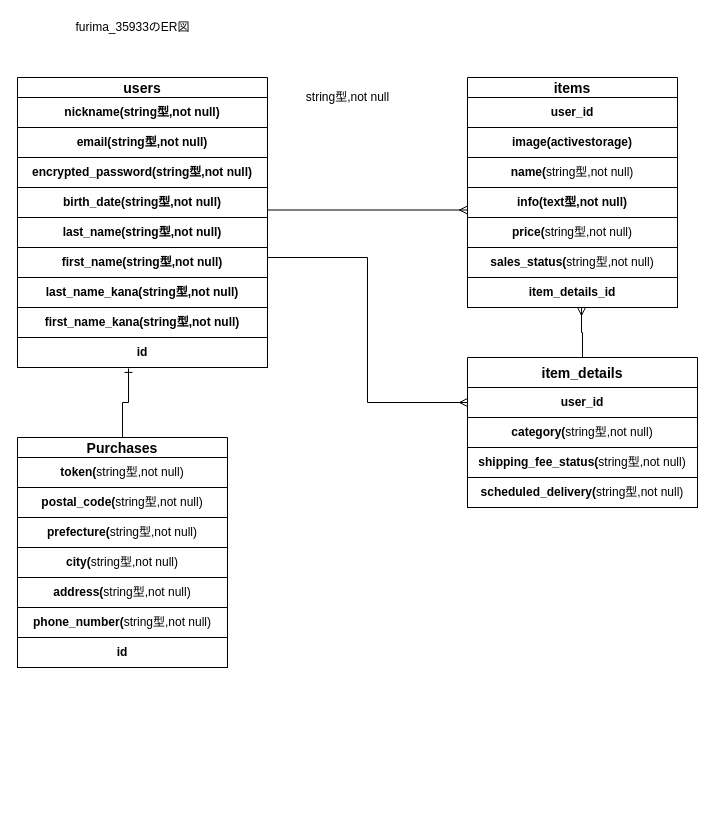
Before: test.dio in tubuyakisyun/furima-35933, a draw.io diagram. Source tidied: cells renumbered, new cells numbered last; positions are measured from the earlier drawing's top-left corner, leaving out a move shared by most shapes. Both pictures are drawn from the tidied source at 100%, with x=0, y=0 at pixel (17, 17).
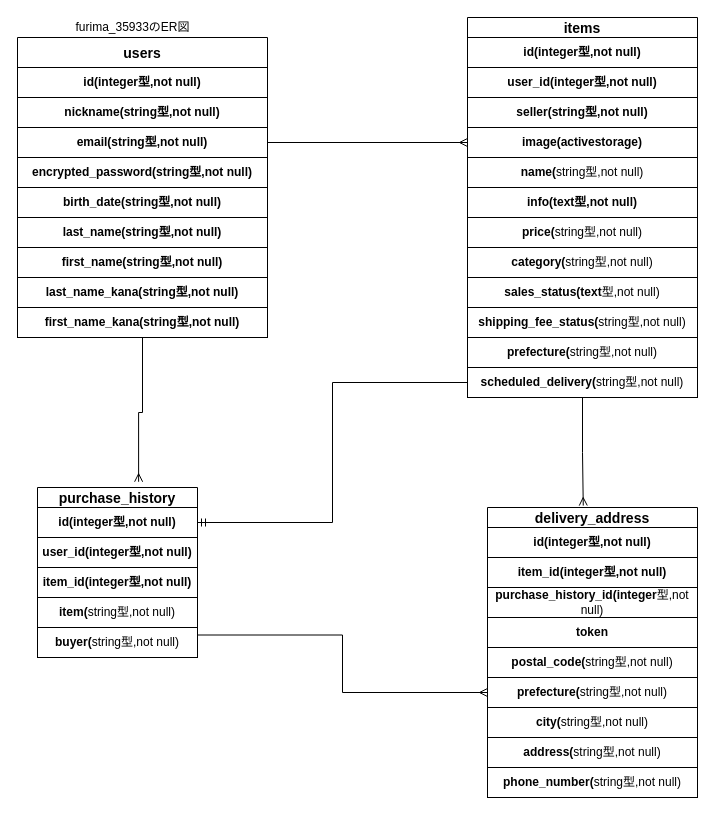
The same page after the edit.

Commit message (it also covers changes not shown here):
ER図を書く。 - READMEにデータベース設計を記述する

Unchanged cells that the change refers to:
```xml
<mxCell id="10" value="first_name_kana(&lt;span style=&quot;&quot;&gt;string型,not null)&lt;/span&gt;" style="whiteSpace=wrap;html=1;rounded=0;shadow=0;align=center;fontStyle=1;" parent="1" vertex="1">
  <mxGeometry y="290" width="250" height="30" as="geometry" />
</mxCell>
<mxCell id="12" value="last_name_kana(&lt;span style=&quot;&quot;&gt;string型,not null)&lt;/span&gt;" style="whiteSpace=wrap;html=1;rounded=0;shadow=0;align=center;fontStyle=1;" parent="1" vertex="1">
  <mxGeometry y="260" width="250" height="30" as="geometry" />
</mxCell>
```

What changed in the source:
```diff
@@
-    <mxCell id="2" value="users" style="swimlane;fontStyle=1;horizontal=1;startSize=20;align=center;fontSize=14;rounded=0;direction=east;" parent="1" vertex="1">
-      <mxGeometry y="60" width="250" height="200" as="geometry" />
+    <mxCell id="2" value="users" style="swimlane;fontStyle=1;horizontal=1;startSize=30;align=center;fontSize=14;rounded=0;direction=east;" parent="1" vertex="1">
+      <mxGeometry y="20" width="250" height="60" as="geometry" />
     </mxCell>
-    <mxCell id="3" value="nickname(string型,not null)" style="whiteSpace=wrap;html=1;rounded=0;shadow=0;align=center;fontStyle=1;" parent="2" vertex="1">
-      <mxGeometry y="20" width="250" height="30" as="geometry" />
-    </mxCell>
-    <mxCell id="4" value="email(string型,not null)" style="whiteSpace=wrap;html=1;rounded=0;shadow=0;align=center;fontStyle=1;" parent="2" vertex="1">
-      <mxGeometry y="50" width="250" height="30" as="geometry" />
-    </mxCell>
-    <mxCell id="5" value="encrypted_password(string型,not null)" style="whiteSpace=wrap;html=1;rounded=0;shadow=0;align=center;fontStyle=1;" parent="2" vertex="1">
-      <mxGeometry y="80" width="250" height="30" as="geometry" />
-    </mxCell>
-    <mxCell id="6" value="birth_date(&lt;span style=&quot;&quot;&gt;string型,not null&lt;/span&gt;)" style="whiteSpace=wrap;html=1;rounded=0;shadow=0;align=center;fontStyle=1;" parent="2" vertex="1">
-      <mxGeometry y="110" width="250" height="30" as="geometry" />
-    </mxCell>
-    <mxCell id="7" value="last_name(&lt;span style=&quot;&quot;&gt;string型,not null&lt;/span&gt;)" style="whiteSpace=wrap;html=1;rounded=0;shadow=0;align=center;fontStyle=1;" parent="2" vertex="1">
-      <mxGeometry y="140" width="250" height="30" as="geometry" />
-    </mxCell>
-    <mxCell id="8" value="first_name(&lt;span style=&quot;&quot;&gt;string型,not null)&lt;/span&gt;" style="whiteSpace=wrap;html=1;rounded=0;shadow=0;align=center;fontStyle=1;" parent="2" vertex="1">
-      <mxGeometry y="170" width="250" height="30" as="geometry" />
-    </mxCell>
-    <mxCell id="9" style="edgeStyle=orthogonalEdgeStyle;rounded=0;jettySize=auto;html=1;exitX=0.5;exitY=1;exitDx=0;exitDy=0;endArrow=ERone;endFill=0;fontStyle=1;" parent="1" edge="1" source="10">
-      <mxGeometry relative="1" as="geometry">
-        <mxPoint x="105" y="350" as="targetPoint" />
-      </mxGeometry>
-    </mxCell>
+    <mxCell id="31" value="id(integer型,not null)" style="whiteSpace=wrap;html=1;rounded=0;shadow=0;align=center;fontStyle=1;" parent="2" vertex="1">
+      <mxGeometry y="30" width="250" height="30" as="geometry" />
+    </mxCell>
+    <mxCell id="40" style="edgeStyle=orthogonalEdgeStyle;rounded=0;jettySize=auto;html=1;entryX=0.632;entryY=-0.115;entryDx=0;entryDy=0;entryPerimeter=0;endArrow=ERmany;endFill=0;" parent="1" edge="1" source="10" target="46">
+      <mxGeometry relative="1" as="geometry" />
+    </mxCell>
@@
-    <mxCell id="11" style="edgeStyle=orthogonalEdgeStyle;rounded=0;jettySize=auto;html=1;exitX=1;exitY=0;exitDx=0;exitDy=0;entryX=0;entryY=0.75;entryDx=0;entryDy=0;endArrow=ERmany;endFill=0;" parent="1" edge="1" source="12" target="26">
-      <mxGeometry relative="1" as="geometry" />
-    </mxCell>
@@
-    <mxCell id="13" style="edgeStyle=orthogonalEdgeStyle;rounded=0;jettySize=auto;html=1;entryX=0.444;entryY=1.031;entryDx=0;entryDy=0;entryPerimeter=0;endArrow=ERone;endFill=0;" parent="1" edge="1" source="14" target="31">
-      <mxGeometry relative="1" as="geometry" />
-    </mxCell>
-    <mxCell id="14" value="Purchases" style="swimlane;fontStyle=1;horizontal=1;startSize=20;align=center;fontSize=14;rounded=0;direction=east;" parent="1" vertex="1">
-      <mxGeometry y="420" width="210" height="230" as="geometry" />
+    <mxCell id="14" value="delivery_address" style="swimlane;fontStyle=1;horizontal=1;startSize=20;align=center;fontSize=14;rounded=0;direction=east;" parent="1" vertex="1">
+      <mxGeometry x="470" y="490" width="210" height="50" as="geometry" />
     </mxCell>
-    <mxCell id="15" value="token(&lt;span style=&quot;font-weight: 400&quot;&gt;string型,not null)&lt;/span&gt;" style="whiteSpace=wrap;html=1;rounded=0;shadow=0;align=center;fontStyle=1;" parent="14" vertex="1">
-      <mxGeometry y="20" width="210" height="30" as="geometry" />
-    </mxCell>
-    <mxCell id="16" value="postal_code(&lt;span style=&quot;font-weight: 400&quot;&gt;string型,not null)&lt;/span&gt;" style="whiteSpace=wrap;html=1;rounded=0;shadow=0;align=center;fontStyle=1;" parent="14" vertex="1">
-      <mxGeometry y="50" width="210" height="30" as="geometry" />
-    </mxCell>
-    <mxCell id="17" value="prefecture(&lt;span style=&quot;font-weight: 400&quot;&gt;string型,not null)&lt;/span&gt;" style="whiteSpace=wrap;html=1;rounded=0;shadow=0;align=center;fontStyle=1;" parent="14" vertex="1">
-      <mxGeometry y="80" width="210" height="30" as="geometry" />
-    </mxCell>
-    <mxCell id="18" value="city(&lt;span style=&quot;font-weight: 400&quot;&gt;string型,not null)&lt;/span&gt;" style="whiteSpace=wrap;html=1;rounded=0;shadow=0;align=center;fontStyle=1;" parent="14" vertex="1">
-      <mxGeometry y="110" width="210" height="30" as="geometry" />
-    </mxCell>
-    <mxCell id="19" value="address(&lt;span style=&quot;font-weight: 400&quot;&gt;string型,not null)&lt;/span&gt;" style="whiteSpace=wrap;html=1;rounded=0;shadow=0;align=center;fontStyle=1;" parent="14" vertex="1">
-      <mxGeometry y="140" width="210" height="30" as="geometry" />
-    </mxCell>
-    <mxCell id="20" value="phone_number(&lt;span style=&quot;font-weight: 400&quot;&gt;string型,not null)&lt;/span&gt;" style="whiteSpace=wrap;html=1;rounded=0;shadow=0;align=center;fontStyle=1;" parent="14" vertex="1">
-      <mxGeometry y="170" width="210" height="30" as="geometry" />
-    </mxCell>
-    <mxCell id="21" value="id" style="whiteSpace=wrap;html=1;rounded=0;shadow=0;align=center;fontStyle=1;" parent="14" vertex="1">
-      <mxGeometry y="200" width="210" height="30" as="geometry" />
+    <mxCell id="21" value="id(integer型,not null)" style="whiteSpace=wrap;html=1;rounded=0;shadow=0;align=center;fontStyle=1;" parent="14" vertex="1">
+      <mxGeometry y="20" width="210" height="30" as="geometry" />
     </mxCell>
     <mxCell id="22" value="items" style="swimlane;fontStyle=1;horizontal=1;startSize=20;align=center;fontSize=14;rounded=0;direction=east;" parent="1" vertex="1">
-      <mxGeometry x="450" y="60" width="210" height="50" as="geometry" />
+      <mxGeometry x="450" width="230" height="50" as="geometry" />
     </mxCell>
-    <mxCell id="23" value="user_id" style="whiteSpace=wrap;html=1;rounded=0;shadow=0;align=center;fontStyle=1;" parent="22" vertex="1">
-      <mxGeometry y="20" width="210" height="30" as="geometry" />
-    </mxCell>
+    <mxCell id="41" value="id(integer型,not null)" style="whiteSpace=wrap;html=1;rounded=0;shadow=0;align=center;fontStyle=1;" parent="22" vertex="1">
+      <mxGeometry y="20" width="230" height="30" as="geometry" />
+    </mxCell>
     <mxCell id="24" value="shipping_fee_status(&lt;span style=&quot;font-weight: 400&quot;&gt;string型,not null)&lt;/span&gt;" style="whiteSpace=wrap;html=1;rounded=0;shadow=0;align=center;fontStyle=1;" parent="1" vertex="1">
-      <mxGeometry x="450" y="430" width="230" height="30" as="geometry" />
+      <mxGeometry x="450" y="290" width="230" height="30" as="geometry" />
     </mxCell>
-    <mxCell id="25" style="edgeStyle=orthogonalEdgeStyle;rounded=0;jettySize=auto;html=1;exitX=0.5;exitY=0;exitDx=0;exitDy=0;entryX=0.543;entryY=0.995;entryDx=0;entryDy=0;entryPerimeter=0;endArrow=ERmany;endFill=0;" parent="1" edge="1" source="26" target="37">
-      <mxGeometry relative="1" as="geometry" />
-    </mxCell>
-    <mxCell id="26" value="item_details" style="swimlane;fontStyle=1;horizontal=1;startSize=30;align=center;fontSize=14;rounded=0;direction=east;" parent="1" vertex="1">
-      <mxGeometry x="450" y="340" width="230" height="60" as="geometry" />
-    </mxCell>
-    <mxCell id="27" value="user_id" style="whiteSpace=wrap;html=1;rounded=0;shadow=0;align=center;fontStyle=1;" parent="26" vertex="1">
-      <mxGeometry y="30" width="230" height="30" as="geometry" />
-    </mxCell>
-    <mxCell id="28" style="edgeStyle=orthogonalEdgeStyle;rounded=0;jettySize=auto;html=1;exitX=1;exitY=1;exitDx=0;exitDy=0;entryX=0;entryY=0.75;entryDx=0;entryDy=0;endArrow=ERmany;endFill=0;" parent="1" edge="1" source="4" target="34">
-      <mxGeometry relative="1" as="geometry" />
-    </mxCell>
@@
-    <mxCell id="30" value="string型,not null" style="text;html=1;align=center;verticalAlign=middle;strokeColor=none;" parent="1" vertex="1">
-      <mxGeometry x="280" y="70" width="100" height="20" as="geometry" />
-    </mxCell>
-    <mxCell id="31" value="id" style="whiteSpace=wrap;html=1;rounded=0;shadow=0;align=center;fontStyle=1;" parent="1" vertex="1">
-      <mxGeometry y="320" width="250" height="30" as="geometry" />
-    </mxCell>
-    <mxCell id="32" value="sales_status(&lt;span style=&quot;font-weight: 400&quot;&gt;string型,not null)&lt;/span&gt;" style="whiteSpace=wrap;html=1;rounded=0;shadow=0;align=center;fontStyle=1;" parent="1" vertex="1">
-      <mxGeometry x="450" y="230" width="210" height="30" as="geometry" />
+    <mxCell id="32" value="sales_status(text&lt;span style=&quot;font-weight: 400&quot;&gt;型,not null)&lt;/span&gt;" style="whiteSpace=wrap;html=1;rounded=0;shadow=0;align=center;fontStyle=1;" parent="1" vertex="1">
+      <mxGeometry x="450" y="260" width="230" height="30" as="geometry" />
     </mxCell>
     <mxCell id="33" value="price(&lt;span style=&quot;font-weight: 400&quot;&gt;string型,not null)&lt;/span&gt;" style="whiteSpace=wrap;html=1;rounded=0;shadow=0;align=center;fontStyle=1;" parent="1" vertex="1">
-      <mxGeometry x="450" y="200" width="210" height="30" as="geometry" />
+      <mxGeometry x="450" y="200" width="230" height="30" as="geometry" />
     </mxCell>
     <mxCell id="34" value="info(text型,not null)" style="whiteSpace=wrap;html=1;rounded=0;shadow=0;align=center;fontStyle=1;" parent="1" vertex="1">
-      <mxGeometry x="450" y="170" width="210" height="30" as="geometry" />
+      <mxGeometry x="450" y="170" width="230" height="30" as="geometry" />
     </mxCell>
     <mxCell id="35" value="name(&lt;span style=&quot;font-weight: 400&quot;&gt;string型,not null)&lt;/span&gt;" style="whiteSpace=wrap;html=1;rounded=0;shadow=0;align=center;fontStyle=1;" parent="1" vertex="1">
-      <mxGeometry x="450" y="140" width="210" height="30" as="geometry" />
+      <mxGeometry x="450" y="140" width="230" height="30" as="geometry" />
     </mxCell>
     <mxCell id="36" value="image(activestorage)" style="whiteSpace=wrap;html=1;rounded=0;shadow=0;align=center;fontStyle=1;" parent="1" vertex="1">
-      <mxGeometry x="450" y="110" width="210" height="30" as="geometry" />
+      <mxGeometry x="450" y="110" width="230" height="30" as="geometry" />
     </mxCell>
-    <mxCell id="37" value="item_details_id" style="whiteSpace=wrap;html=1;rounded=0;shadow=0;align=center;fontStyle=1;" parent="1" vertex="1">
-      <mxGeometry x="450" y="260" width="210" height="30" as="geometry" />
-    </mxCell>
+    <mxCell id="42" style="edgeStyle=orthogonalEdgeStyle;rounded=0;jettySize=auto;html=1;entryX=1;entryY=0.5;entryDx=0;entryDy=0;endArrow=ERmandOne;endFill=0;" parent="1" edge="1" source="38" target="47">
+      <mxGeometry relative="1" as="geometry" />
+    </mxCell>
+    <mxCell id="43" style="edgeStyle=orthogonalEdgeStyle;rounded=0;jettySize=auto;html=1;entryX=0.456;entryY=-0.039;entryDx=0;entryDy=0;entryPerimeter=0;endArrow=ERmany;endFill=0;" parent="1" edge="1" source="38" target="14">
+      <mxGeometry relative="1" as="geometry" />
+    </mxCell>
     <mxCell id="38" value="scheduled_delivery(&lt;span style=&quot;font-weight: 400&quot;&gt;string型,not null)&lt;/span&gt;" style="whiteSpace=wrap;html=1;rounded=0;shadow=0;align=center;fontStyle=1;" parent="1" vertex="1">
-      <mxGeometry x="450" y="460" width="230" height="30" as="geometry" />
+      <mxGeometry x="450" y="350" width="230" height="30" as="geometry" />
     </mxCell>
     <mxCell id="39" value="category(&lt;span style=&quot;font-weight: 400&quot;&gt;string型,not null)&lt;/span&gt;" style="whiteSpace=wrap;html=1;rounded=0;shadow=0;align=center;fontStyle=1;" parent="1" vertex="1">
-      <mxGeometry x="450" y="400" width="230" height="30" as="geometry" />
+      <mxGeometry x="450" y="230" width="230" height="30" as="geometry" />
     </mxCell>
+    <mxCell id="44" value="prefecture(&lt;span style=&quot;font-weight: 400&quot;&gt;string型,not null)&lt;/span&gt;" style="whiteSpace=wrap;html=1;rounded=0;shadow=0;align=center;fontStyle=1;" parent="1" vertex="1">
+      <mxGeometry x="450" y="320" width="230" height="30" as="geometry" />
+    </mxCell>
+    <mxCell id="45" style="edgeStyle=orthogonalEdgeStyle;rounded=0;jettySize=auto;html=1;entryX=0;entryY=0.5;entryDx=0;entryDy=0;endArrow=ERmany;endFill=0;exitX=1;exitY=0.25;exitDx=0;exitDy=0;" parent="1" edge="1" source="51" target="17">
+      <mxGeometry relative="1" as="geometry" />
+    </mxCell>
+    <mxCell id="46" value="purchase_history" style="swimlane;fontStyle=1;horizontal=1;startSize=20;align=center;fontSize=14;rounded=0;direction=east;" parent="1" vertex="1">
+      <mxGeometry x="20" y="470" width="160" height="50" as="geometry" />
+    </mxCell>
+    <mxCell id="47" value="id(integer型,not null)" style="whiteSpace=wrap;html=1;rounded=0;shadow=0;align=center;fontStyle=1;" parent="46" vertex="1">
+      <mxGeometry y="20" width="160" height="30" as="geometry" />
+    </mxCell>
+    <mxCell id="48" value="seller(string型,not null)" style="whiteSpace=wrap;html=1;rounded=0;shadow=0;align=center;fontStyle=1;" parent="1" vertex="1">
+      <mxGeometry x="450" y="80" width="230" height="30" as="geometry" />
+    </mxCell>
+    <mxCell id="49" value="user_id(integer型,not null)" style="whiteSpace=wrap;html=1;rounded=0;shadow=0;align=center;fontStyle=1;" parent="1" vertex="1">
+      <mxGeometry x="20" y="520" width="160" height="30" as="geometry" />
+    </mxCell>
+    <mxCell id="50" value="item(&lt;span style=&quot;font-weight: 400&quot;&gt;string型,not null)&lt;/span&gt;" style="whiteSpace=wrap;html=1;rounded=0;shadow=0;align=center;fontStyle=1;" parent="1" vertex="1">
+      <mxGeometry x="20" y="580" width="160" height="30" as="geometry" />
+    </mxCell>
+    <mxCell id="51" value="buyer(&lt;span style=&quot;font-weight: 400&quot;&gt;string型,not null)&lt;/span&gt;" style="whiteSpace=wrap;html=1;rounded=0;shadow=0;align=center;fontStyle=1;" parent="1" vertex="1">
+      <mxGeometry x="20" y="610" width="160" height="30" as="geometry" />
+    </mxCell>
+    <mxCell id="8" value="first_name(&lt;span style=&quot;&quot;&gt;string型,not null)&lt;/span&gt;" style="whiteSpace=wrap;html=1;rounded=0;shadow=0;align=center;fontStyle=1;" parent="1" vertex="1">
+      <mxGeometry y="230" width="250" height="30" as="geometry" />
+    </mxCell>
+    <mxCell id="7" value="last_name(&lt;span style=&quot;&quot;&gt;string型,not null&lt;/span&gt;)" style="whiteSpace=wrap;html=1;rounded=0;shadow=0;align=center;fontStyle=1;" parent="1" vertex="1">
+      <mxGeometry y="200" width="250" height="30" as="geometry" />
+    </mxCell>
+    <mxCell id="6" value="birth_date(&lt;span style=&quot;&quot;&gt;string型,not null&lt;/span&gt;)" style="whiteSpace=wrap;html=1;rounded=0;shadow=0;align=center;fontStyle=1;" parent="1" vertex="1">
+      <mxGeometry y="170" width="250" height="30" as="geometry" />
+    </mxCell>
+    <mxCell id="5" value="encrypted_password(string型,not null)" style="whiteSpace=wrap;html=1;rounded=0;shadow=0;align=center;fontStyle=1;" parent="1" vertex="1">
+      <mxGeometry y="140" width="250" height="30" as="geometry" />
+    </mxCell>
+    <mxCell id="52" style="edgeStyle=orthogonalEdgeStyle;rounded=0;jettySize=auto;html=1;entryX=0;entryY=0.5;entryDx=0;entryDy=0;endArrow=ERmany;endFill=0;" parent="1" edge="1" source="4" target="36">
+      <mxGeometry relative="1" as="geometry" />
+    </mxCell>
+    <mxCell id="4" value="email(string型,not null)" style="whiteSpace=wrap;html=1;rounded=0;shadow=0;align=center;fontStyle=1;" parent="1" vertex="1">
+      <mxGeometry y="110" width="250" height="30" as="geometry" />
+    </mxCell>
+    <mxCell id="3" value="nickname(string型,not null)" style="whiteSpace=wrap;html=1;rounded=0;shadow=0;align=center;fontStyle=1;" parent="1" vertex="1">
+      <mxGeometry y="80" width="250" height="30" as="geometry" />
+    </mxCell>
+    <mxCell id="53" value="item_id(integer型,not null)" style="whiteSpace=wrap;html=1;rounded=0;shadow=0;align=center;fontStyle=1;" parent="1" vertex="1">
+      <mxGeometry x="470" y="540" width="210" height="30" as="geometry" />
+    </mxCell>
+    <mxCell id="54" value="purchase_history_id(integer&lt;span style=&quot;font-weight: 400&quot;&gt;型,not null)&lt;/span&gt;" style="whiteSpace=wrap;html=1;rounded=0;shadow=0;align=center;fontStyle=1;" parent="1" vertex="1">
+      <mxGeometry x="470" y="570" width="210" height="30" as="geometry" />
+    </mxCell>
+    <mxCell id="20" value="phone_number(&lt;span style=&quot;font-weight: 400&quot;&gt;string型,not null)&lt;/span&gt;" style="whiteSpace=wrap;html=1;rounded=0;shadow=0;align=center;fontStyle=1;" parent="1" vertex="1">
+      <mxGeometry x="470" y="750" width="210" height="30" as="geometry" />
+    </mxCell>
+    <mxCell id="19" value="address(&lt;span style=&quot;font-weight: 400&quot;&gt;string型,not null)&lt;/span&gt;" style="whiteSpace=wrap;html=1;rounded=0;shadow=0;align=center;fontStyle=1;" parent="1" vertex="1">
+      <mxGeometry x="470" y="720" width="210" height="30" as="geometry" />
+    </mxCell>
+    <mxCell id="18" value="city(&lt;span style=&quot;font-weight: 400&quot;&gt;string型,not null)&lt;/span&gt;" style="whiteSpace=wrap;html=1;rounded=0;shadow=0;align=center;fontStyle=1;" parent="1" vertex="1">
+      <mxGeometry x="470" y="690" width="210" height="30" as="geometry" />
+    </mxCell>
+    <mxCell id="17" value="prefecture(&lt;span style=&quot;font-weight: 400&quot;&gt;string型,not null)&lt;/span&gt;" style="whiteSpace=wrap;html=1;rounded=0;shadow=0;align=center;fontStyle=1;" parent="1" vertex="1">
+      <mxGeometry x="470" y="660" width="210" height="30" as="geometry" />
+    </mxCell>
+    <mxCell id="16" value="postal_code(&lt;span style=&quot;font-weight: 400&quot;&gt;string型,not null)&lt;/span&gt;" style="whiteSpace=wrap;html=1;rounded=0;shadow=0;align=center;fontStyle=1;" parent="1" vertex="1">
+      <mxGeometry x="470" y="630" width="210" height="30" as="geometry" />
+    </mxCell>
+    <mxCell id="15" value="token" style="whiteSpace=wrap;html=1;rounded=0;shadow=0;align=center;fontStyle=1;" parent="1" vertex="1">
+      <mxGeometry x="470" y="600" width="210" height="30" as="geometry" />
+    </mxCell>
+    <mxCell id="23" value="user_id(integer型,not null)" style="whiteSpace=wrap;html=1;rounded=0;shadow=0;align=center;fontStyle=1;" parent="1" vertex="1">
+      <mxGeometry x="450" y="50" width="230" height="30" as="geometry" />
+    </mxCell>
+    <mxCell id="55" value="item_id(integer型,not null)" style="whiteSpace=wrap;html=1;rounded=0;shadow=0;align=center;fontStyle=1;" parent="1" vertex="1">
+      <mxGeometry x="20" y="550" width="160" height="30" as="geometry" />
+    </mxCell>
```
